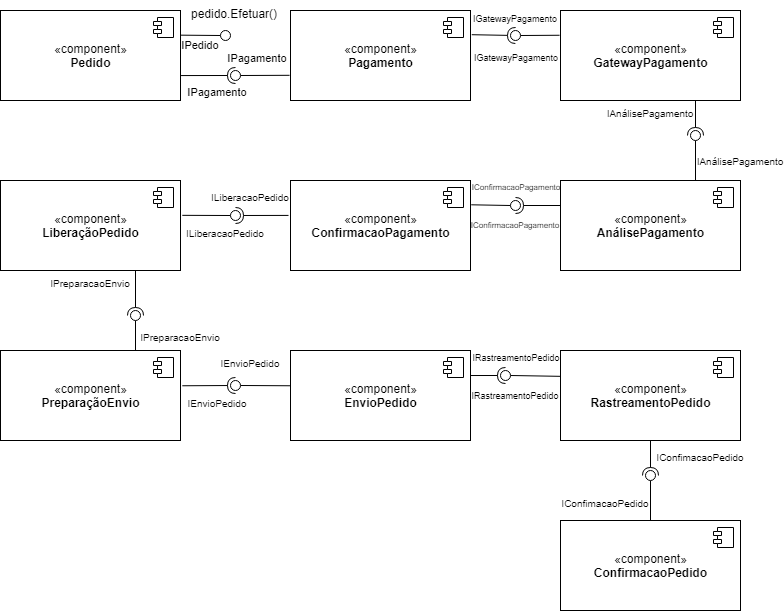
Before: lab01/images/pedido1.png, a diagram exported from draw.io (nakaharag/inf331-componentizacao). Source tidied: cells renumbered, new cells last; positions are measured from the earlier drawing's top-left corner, leaving out a move shared by most shapes.
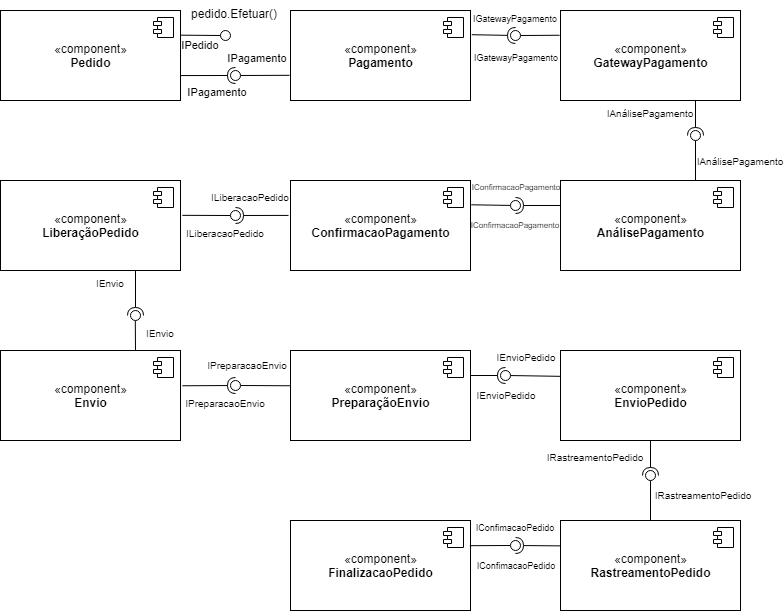
After the change.

What changed in the source:
```diff
@@ -105,7 +105,7 @@
     <mxCell id="30" style="ellipse;whiteSpace=wrap;html=1;fontFamily=Helvetica;fontSize=12;fontColor=#000000;align=center;strokeColor=#000000;fillColor=#ffffff;points=[];" parent="1" vertex="1">
       <mxGeometry x="230" y="210" width="10" height="10" as="geometry" />
     </mxCell>
-    <mxCell id="31" value="«component»&lt;br&gt;&lt;b&gt;PreparaçãoEnvio&lt;/b&gt;" style="html=1;" parent="1" vertex="1">
+    <mxCell id="31" value="«component»&lt;br&gt;&lt;b&gt;Envio&lt;/b&gt;" style="html=1;" parent="1" vertex="1">
       <mxGeometry y="350" width="180" height="90" as="geometry" />
     </mxCell>
     <mxCell id="32" style="shape=component;jettyWidth=8;jettyHeight=4;" parent="31" vertex="1">
@@ -124,7 +124,7 @@
     <mxCell id="35" style="ellipse;whiteSpace=wrap;html=1;fontFamily=Helvetica;fontSize=12;fontColor=#000000;align=center;strokeColor=#000000;fillColor=#ffffff;points=[];" parent="1" vertex="1">
       <mxGeometry x="130" y="310" width="10" height="10" as="geometry" />
     </mxCell>
-    <mxCell id="36" value="«component»&lt;br&gt;&lt;b&gt;EnvioPedido&lt;/b&gt;" style="html=1;" parent="1" vertex="1">
+    <mxCell id="36" value="«component»&lt;br&gt;&lt;b&gt;PreparaçãoEnvio&lt;/b&gt;" style="html=1;" parent="1" vertex="1">
       <mxGeometry x="290" y="350" width="180" height="90" as="geometry" />
     </mxCell>
     <mxCell id="37" style="shape=component;jettyWidth=8;jettyHeight=4;" parent="36" vertex="1">
@@ -141,7 +141,7 @@
     <mxCell id="40" style="ellipse;whiteSpace=wrap;html=1;fontFamily=Helvetica;fontSize=12;fontColor=#000000;align=center;strokeColor=#000000;fillColor=#ffffff;points=[];" parent="1" vertex="1">
       <mxGeometry x="230" y="380" width="10" height="10" as="geometry" />
     </mxCell>
-    <mxCell id="41" value="«component»&lt;br&gt;&lt;b&gt;RastreamentoPedido&lt;/b&gt;" style="html=1;" parent="1" vertex="1">
+    <mxCell id="41" value="«component»&lt;br&gt;&lt;b&gt;EnvioPedido&lt;/b&gt;" style="html=1;" parent="1" vertex="1">
       <mxGeometry x="560" y="350" width="180" height="90" as="geometry" />
     </mxCell>
     <mxCell id="42" style="shape=component;jettyWidth=8;jettyHeight=4;" parent="41" vertex="1">
@@ -149,7 +149,7 @@
         <mxPoint x="-27" y="7" as="offset" />
       </mxGeometry>
     </mxCell>
-    <mxCell id="43" value="«component»&lt;br&gt;&lt;b&gt;ConfirmacaoPedido&lt;/b&gt;" style="html=1;" parent="1" vertex="1">
+    <mxCell id="43" value="«component»&lt;br&gt;&lt;b&gt;RastreamentoPedido&lt;/b&gt;" style="html=1;" parent="1" vertex="1">
       <mxGeometry x="560" y="520" width="180" height="90" as="geometry" />
     </mxCell>
     <mxCell id="44" style="shape=component;jettyWidth=8;jettyHeight=4;" parent="43" vertex="1">
@@ -181,11 +181,11 @@
     <mxCell id="52" value="IAnálisePagamento" style="text;align=center;fontStyle=0;verticalAlign=middle;spacingLeft=3;spacingRight=3;strokeColor=none;fontSize=10;" parent="1" vertex="1">
       <mxGeometry x="610" y="100" width="80" height="26" as="geometry" />
     </mxCell>
-    <mxCell id="53" value="IRastreamentoPedido" style="text;align=center;fontStyle=0;verticalAlign=middle;spacingLeft=3;spacingRight=3;strokeColor=none;fontSize=9;" parent="1" vertex="1">
-      <mxGeometry x="475" y="382" width="80" height="26" as="geometry" />
+    <mxCell id="53" value="IRastreamentoPedido" style="text;align=center;fontStyle=0;verticalAlign=middle;spacingLeft=3;spacingRight=3;strokeColor=none;fontSize=10;" parent="1" vertex="1">
+      <mxGeometry x="663" y="482" width="80" height="26" as="geometry" />
     </mxCell>
-    <mxCell id="54" value="IConfimacaoPedido" style="text;align=center;fontStyle=0;verticalAlign=middle;spacingLeft=3;spacingRight=3;strokeColor=none;fontSize=10;" parent="1" vertex="1">
-      <mxGeometry x="565" y="490" width="80" height="26" as="geometry" />
+    <mxCell id="54" value="IConfimacaoPedido" style="text;align=center;fontStyle=0;verticalAlign=middle;spacingLeft=3;spacingRight=3;strokeColor=none;fontSize=9;" parent="1" vertex="1">
+      <mxGeometry x="476" y="552" width="80" height="26" as="geometry" />
     </mxCell>
     <mxCell id="55" value="IPedido" style="text;align=center;fontStyle=0;verticalAlign=middle;spacingLeft=3;spacingRight=3;strokeColor=none;fontSize=11;" parent="1" vertex="1">
       <mxGeometry x="160" y="31" width="80" height="26" as="geometry" />
@@ -218,22 +218,45 @@
       <mxGeometry x="210" y="184" width="80" height="26" as="geometry" />
     </mxCell>
     <mxCell id="65" value="IPreparacaoEnvio" style="text;align=center;fontStyle=0;verticalAlign=middle;spacingLeft=3;spacingRight=3;strokeColor=none;fontSize=10;" parent="1" vertex="1">
-      <mxGeometry x="50" y="270" width="80" height="26" as="geometry" />
+      <mxGeometry x="207" y="352" width="80" height="26" as="geometry" />
     </mxCell>
     <mxCell id="66" value="IPreparacaoEnvio" style="text;align=center;fontStyle=0;verticalAlign=middle;spacingLeft=3;spacingRight=3;strokeColor=none;fontSize=10;" parent="1" vertex="1">
-      <mxGeometry x="140" y="324" width="80" height="26" as="geometry" />
+      <mxGeometry x="185" y="390" width="80" height="26" as="geometry" />
     </mxCell>
     <mxCell id="67" value="IEnvioPedido" style="text;align=center;fontStyle=0;verticalAlign=middle;spacingLeft=3;spacingRight=3;strokeColor=none;fontSize=10;" parent="1" vertex="1">
-      <mxGeometry x="177" y="390" width="80" height="26" as="geometry" />
+      <mxGeometry x="466" y="382" width="80" height="26" as="geometry" />
     </mxCell>
     <mxCell id="68" value="IEnvioPedido" style="text;align=center;fontStyle=0;verticalAlign=middle;spacingLeft=3;spacingRight=3;strokeColor=none;fontSize=10;" parent="1" vertex="1">
-      <mxGeometry x="210" y="350" width="80" height="26" as="geometry" />
+      <mxGeometry x="486" y="344" width="80" height="26" as="geometry" />
     </mxCell>
-    <mxCell id="69" value="IRastreamentoPedido" style="text;align=center;fontStyle=0;verticalAlign=middle;spacingLeft=3;spacingRight=3;strokeColor=none;fontSize=9;" parent="1" vertex="1">
-      <mxGeometry x="476" y="344" width="80" height="26" as="geometry" />
+    <mxCell id="69" value="IRastreamentoPedido" style="text;align=center;fontStyle=0;verticalAlign=middle;spacingLeft=3;spacingRight=3;strokeColor=none;fontSize=10;" parent="1" vertex="1">
+      <mxGeometry x="555" y="444" width="80" height="26" as="geometry" />
     </mxCell>
-    <mxCell id="70" value="IConfimacaoPedido" style="text;align=center;fontStyle=0;verticalAlign=middle;spacingLeft=3;spacingRight=3;strokeColor=none;fontSize=10;" parent="1" vertex="1">
-      <mxGeometry x="660" y="444" width="80" height="26" as="geometry" />
+    <mxCell id="70" value="IConfimacaoPedido" style="text;align=center;fontStyle=0;verticalAlign=middle;spacingLeft=3;spacingRight=3;strokeColor=none;fontSize=9;" parent="1" vertex="1">
+      <mxGeometry x="475" y="514" width="80" height="26" as="geometry" />
     </mxCell>
+    <mxCell id="71" value="«component»&lt;br&gt;&lt;b&gt;FinalizacaoPedido&lt;/b&gt;" style="html=1;" parent="1" vertex="1">
+      <mxGeometry x="290" y="520" width="180" height="90" as="geometry" />
+    </mxCell>
+    <mxCell id="72" style="shape=component;jettyWidth=8;jettyHeight=4;" parent="71" vertex="1">
+      <mxGeometry x="1" width="20" height="20" relative="1" as="geometry">
+        <mxPoint x="-27" y="7" as="offset" />
+      </mxGeometry>
+    </mxCell>
+    <mxCell id="73" style="rounded=0;jettySize=auto;html=1;endArrow=none;endFill=0;exitX=0.996;exitY=0.28;exitDx=0;exitDy=0;exitPerimeter=0;" parent="1" edge="1" source="71" target="75">
+      <mxGeometry relative="1" as="geometry" />
+    </mxCell>
+    <mxCell id="74" style="rounded=0;jettySize=auto;html=1;endArrow=halfCircle;endFill=0;entryX=0.5;entryY=0.5;entryDx=0;entryDy=0;endSize=6;strokeWidth=1;exitX=0.001;exitY=0.282;exitDx=0;exitDy=0;exitPerimeter=0;" parent="1" edge="1" source="43" target="75">
+      <mxGeometry relative="1" as="geometry" />
+    </mxCell>
+    <mxCell id="75" style="ellipse;whiteSpace=wrap;html=1;fontFamily=Helvetica;fontSize=12;fontColor=#000000;align=center;strokeColor=#000000;fillColor=#ffffff;points=[];" parent="1" vertex="1">
+      <mxGeometry x="510" y="540" width="10" height="10" as="geometry" />
+    </mxCell>
+    <mxCell id="76" value="IEnvio" style="text;align=center;fontStyle=0;verticalAlign=middle;spacingLeft=3;spacingRight=3;strokeColor=none;fontSize=10;" parent="1" vertex="1">
+      <mxGeometry x="120" y="320" width="80" height="26" as="geometry" />
+    </mxCell>
+    <mxCell id="77" value="IEnvio" style="text;align=center;fontStyle=0;verticalAlign=middle;spacingLeft=3;spacingRight=3;strokeColor=none;fontSize=10;" parent="1" vertex="1">
+      <mxGeometry x="70" y="270" width="80" height="26" as="geometry" />
+    </mxCell>
   </root>
 </mxGraphModel>
```
